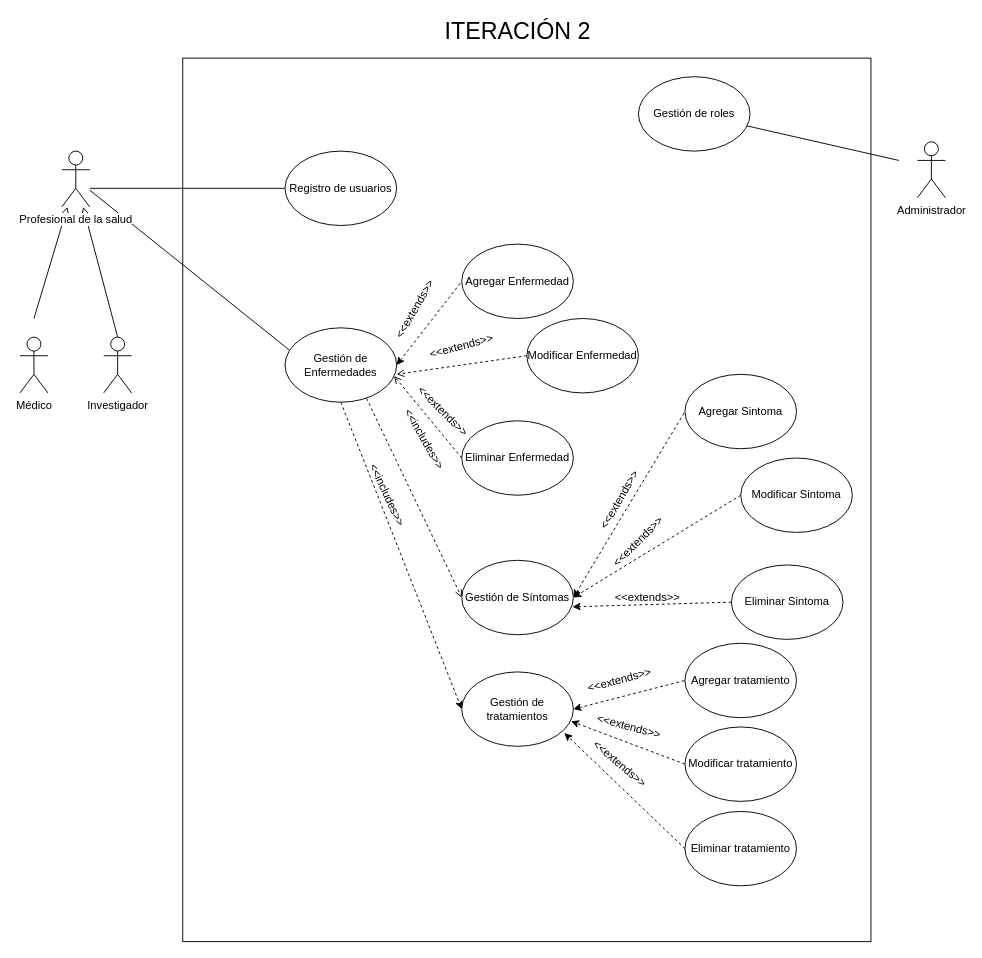
NeutronBlast/IS-Ex keeps this draw.io diagram as MET/CU-IT2.drawio. Above is the earlier version. Source tidied: cells renumbered, new cells numbered last; positions are measured from the earlier drawing's top-left corner, leaving out a move shared by most shapes. Both pictures are drawn from the tidied source at 93%, with x=0, y=0 at pixel (20, 20).
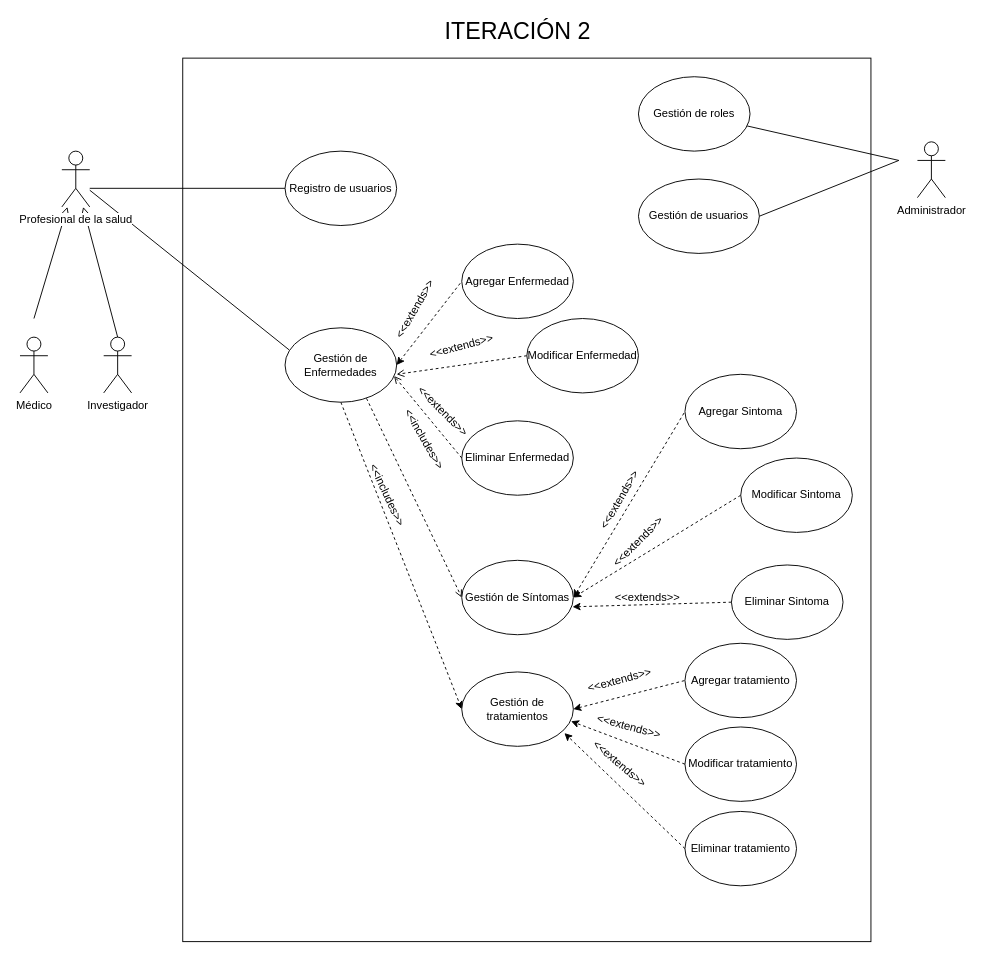
The same page after the edit.

Change to the diagram source:
```diff
@@
+    <mxCell id="49" value="Gestión de usuarios" style="ellipse;whiteSpace=wrap;html=1;" parent="1" vertex="1">
+      <mxGeometry x="665" y="170" width="130" height="80" as="geometry" />
+    </mxCell>
+    <mxCell id="50" style="edgeStyle=none;rounded=0;jettySize=auto;html=1;startArrow=none;startFill=0;endArrow=none;endFill=0;exitX=1;exitY=0.5;exitDx=0;exitDy=0;" parent="1" edge="1" source="49">
+      <mxGeometry relative="1" as="geometry">
+        <mxPoint x="945" y="150" as="targetPoint" />
+      </mxGeometry>
+    </mxCell>
```
